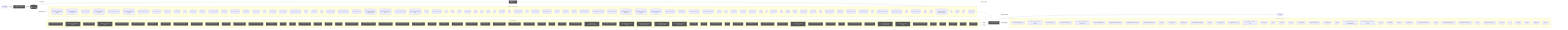
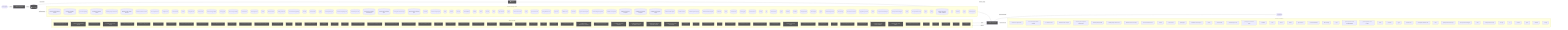
flowchart LR
  UserQ(["👤 User Query"])
  Embed["📐 Embedding Model"]
  VecDB[("📚 Vector Store")]
  Retriever["🔍 Retriever"]
  LLMNode["🧠 LLM / Generator"]
  Output(["✅ Response"])
  UserQ -->|query| Embed
  Embed -->|vector| VecDB
  VecDB -->|top-k chunks| Retriever
  Retriever -->|context + query| LLMNode
  LLMNode -->|generated answer| Output
  subgraph DetectedMemory["Detected memory stores"]
    det_detectedmemory_check_steering_feedback_contract_80134459[("check-steering-feedback-contract")]
    det_detectedmemory_normalize_workflow_contracts_8701f1c8[("normalize-workflow-contracts")]
    det_detectedmemory_sync_codex_preflight_7e7a8dc2[("sync-codex-preflight")]
    det_detectedmemory_test_harness_upgrade_matrix_84113c4e[("test-harness-upgrade-matrix")]
    det_detectedmemory_validate_prompt_context_drift_8c949ef6[("validate-prompt-context-drift")]
    det_detectedmemory_validate_runtime_packet_schemas_bc3ba8ec[("validate-runtime-packet-schemas")]
    det_detectedmemory_validate_workflow_contracts_33dc063c[("validate-workflow-contracts")]
    det_detectedmemory_branch_protect_core_a8feb0fd[("branch-protect-core")]
    det_detectedmemory_ci_migrate_core_7005b5af[("ci-migrate-core")]
    det_detectedmemory_context_health_80bb7da9[("context-health")]
    det_detectedmemory_context_ea7792a2[("context")]
    det_detectedmemory_docs_gate_core_eb9b6c18[("docs-gate-core")]
    det_detectedmemory_index_context_de3ed39d[("index-context")]
    det_detectedmemory_local_memory_preflight_dcc36c42[("local-memory-preflight")]
    det_detectedmemory_memory_gate_a577a506[("memory-gate")]
    det_detectedmemory_pattern_scope_siblings_43abe000[("pattern-scope-siblings")]
    det_detectedmemory_review_context_ca6cf81d[("review-context")]
    det_detectedmemory_review_gate_core_4c8001f9[("review-gate-core")]
    det_detectedmemory_search_24193290[("search")]
    det_detectedmemory_session_context_e5ec72c0[("session-context")]
    det_detectedmemory_tooling_audit_core_328d6a41[("tooling-audit-core")]
    det_detectedmemory_run_local_memory_preflight_36e92808[("run-local-memory-preflight")]
    det_detectedmemory_checker_d2d2328e[("checker")]
    det_detectedmemory_context_health_1_ceb11829[("context-health")]
    det_detectedmemory_types_2_d9bc6e7a[("types")]
    det_detectedmemory_branch_protect_sync_570adb18[("branch-protect-sync")]
    det_detectedmemory_command_capability_rules_ca3f496a[("command-capability-rules")]
    det_detectedmemory_command_specs_core_1c0ffc99[("command-specs-core")]
    det_detectedmemory_local_memory_preflight_command_spec_9e23f3ce[("local-memory-preflight-command-spec")]
    det_detectedmemory_memory_gate_command_spec_dc9001a9[("memory-gate-command-spec")]
    det_detectedmemory_review_gate_command_spec_3187376a[("review-gate-command-spec")]
    det_detectedmemory_session_context_command_spec_973afbb1[("session-context-command-spec")]
    det_detectedmemory_constants_7517017f[("constants")]
    det_detectedmemory_context_compact_policy_3dcaf95d[("context-compact-policy")]
    det_detectedmemory_index_2_10143590[("index")]
    det_detectedmemory_indexer_70fa78e5[("indexer")]
    det_detectedmemory_init_error_5c7dd49f[("init-error")]
    det_detectedmemory_lexical_fallback_723e2b3e[("lexical-fallback")]
    det_detectedmemory_ollama_76e3c7bf[("ollama")]
    det_detectedmemory_rollout_a4fa034c[("rollout")]
    det_detectedmemory_sources_878a52fc[("sources")]
    det_detectedmemory_store_824d80d7[("store")]
    det_detectedmemory_sync_contract_c79fa191[("sync-contract")]
    det_detectedmemory_types_7_2f1ed65e[("types")]
    det_detectedmemory_harness_run_context_ac7c77a9[("harness-run-context")]
    det_detectedmemory_index_3_7e40d474[("index")]
    det_detectedmemory_json_schema_core_96d7e328[("json-schema-core")]
    det_detectedmemory_policy_validators_core_714a3fe7[("policy-validators-core")]
    det_detectedmemory_types_core_e405ddca[("types-core")]
    det_detectedmemory_validator_core_4358f8ba[("validator-core")]
    det_detectedmemory_init_modes_c05ceb07[("init-modes")]
    det_detectedmemory_project_brain_templates_7ef51530[("project-brain-templates")]
    det_detectedmemory_scaffold_diagram_templates_dd88e83c[("scaffold-diagram-templates")]
    det_detectedmemory_scaffold_doc_templates_f6152330[("scaffold-doc-templates")]
    det_detectedmemory_scaffold_environment_templates_c1ceba6a[("scaffold-environment-templates")]
    det_detectedmemory_scaffold_root_command_templates_404fed7f[("scaffold-root-command-templates")]
    det_detectedmemory_scaffold_script_template_registry_69312d4e[("scaffold-script-template-registry")]
    det_detectedmemory_scaffold_shell_templates_0ad0f915[("scaffold-shell-templates")]
    det_detectedmemory_scaffold_surfaces_12d6494e[("scaffold-surfaces")]
    det_detectedmemory_scaffold_template_registry_b1cce2aa[("scaffold-template-registry")]
    det_detectedmemory_scaffold_workflow_template_92310587[("scaffold-workflow-template")]
    det_detectedmemory_eval_seed_5699fd3e[("eval-seed")]
    det_detectedmemory_index_9_32dd4d91[("index")]
    det_detectedmemory_review_context_1_e3afed15[("review-context")]
    det_detectedmemory_memory_gate_1_265164ac[("memory-gate")]
    det_detectedmemory_branch_enforcer_acb749cd[("branch-enforcer")]
    det_detectedmemory_cli_args_5_09ea29f0[("cli-args")]
    det_detectedmemory_cli_6_eac72be2[("cli")]
    det_detectedmemory_metrics_tracker_98cec29c[("metrics-tracker")]
    det_detectedmemory_types_18_37582e2a[("types")]
    det_detectedmemory_validator_4_5180cf23[("validator")]
    det_detectedmemory_classifier_fe1991a9[("classifier")]
    det_detectedmemory_tooling_baseline_50ab2eeb[("tooling-baseline")]
    det_detectedmemory_claim_helpers_20dc8387[("claim-helpers")]
    det_detectedmemory_types_23_4352ee2e[("types")]
    det_detectedmemory_local_memory_smoke_1175abfc[("local-memory-smoke")]
    det_detectedmemory_local_memory_0db17ecc[("local-memory")]
    det_detectedmemory_performance_overload_c685bfcf[("performance-overload")]
    det_detectedmemory_suggestion_generator_0956f794[("suggestion-generator")]
    det_detectedmemory_index_11_ffcd5842[("index")]
    det_detectedmemory_prompt_context_drift_report_3257a95c[("prompt-context-drift-report")]
    det_detectedmemory_prompt_context_drift_types_ba6863d4[("prompt-context-drift-types")]
    det_detectedmemory_index_12_762ec91b[("index")]
    det_detectedmemory_prompt_context_receipt_17b862b2[("prompt-context-receipt")]
    det_detectedmemory_types_30_424b976c[("types")]
    det_detectedmemory_policy_1_fc4198db[("policy")]
    det_detectedmemory_runtime_card_codex_runtime_validation_d8ce9934[("runtime-card-codex-runtime-validation")]
    det_detectedmemory_cli_11_338a8415[("cli")]
    det_detectedmemory_collector_0736fd5b[("collector")]
    det_detectedmemory_types_33_16e22a82[("types")]
    det_detectedmemory_overload_guard_2748c559[("overload-guard")]
  end
  VecDB -. "implemented by" .-> DetectedMemory
  subgraph DetectedLLM["Detected LLM clients"]
    det_detectedllm_check_codex_agent_roles_5bb2e89b["check-codex-agent-roles"]
    det_detectedllm_check_steering_feedback_contract_80134459["check-steering-feedback-contract"]
    det_detectedllm_run_harness_evals_77704768["run-harness-evals"]
    det_detectedllm_validate_decision_request_2e5c325e["validate-decision-request"]
    det_detectedllm_validate_goal_completion_audit_receipt_100d252c["validate-goal-completion-audit-receipt"]
    det_detectedllm_validate_packaged_skill_5e32c890["validate-packaged-skill"]
    det_detectedllm_validate_prompt_context_drift_8c949ef6["validate-prompt-context-drift"]
    det_detectedllm_validate_reviewer_coverage_251efee3["validate-reviewer-coverage"]
    det_detectedllm_check_environment_core_2c16213f["check-environment-core"]
    det_detectedllm_context_ea7792a2["context"]
    det_detectedllm_index_context_de3ed39d["index-context"]
    det_detectedllm_prompt_gate_c5e9d207["prompt-gate"]
    det_detectedllm_remediate_runner_helpers_929fedcc["remediate-runner-helpers"]
    det_detectedllm_search_24193290["search"]
    det_detectedllm_context_health_1_ceb11829["context-health"]
    det_detectedllm_command_specs_core_1c0ffc99["command-specs-core"]
    det_detectedllm_prompt_gate_command_spec_9a941482["prompt-gate-command-spec"]
    det_detectedllm_constants_7517017f["constants"]
    det_detectedllm_index_2_10143590["index"]
    det_detectedllm_indexer_70fa78e5["indexer"]
    det_detectedllm_ollama_76e3c7bf["ollama"]
    det_detectedllm_sync_contract_c79fa191["sync-contract"]
    det_detectedllm_north_star_validators_cfc926ce["north-star-validators"]
    det_detectedllm_hilt_boundary_9b36fb15["hilt-boundary"]
    det_detectedllm_types_9_1db4641f["types"]
    det_detectedllm_goal_completion_audit_receipt_validation_9d0f4891["goal-completion-audit-receipt-validation"]
    det_detectedllm_goal_completion_audit_receipt_5e4939c3["goal-completion-audit-receipt"]
    det_detectedllm_index_4_013aa0e3["index"]
    det_detectedllm_constants_1_a84e15f0["constants"]
    det_detectedllm_types_16_0fae1112["types"]
    det_detectedllm_sensitive_text_7c11f760["sensitive-text"]
    det_detectedllm_pr_template_validator_rules_20a32d6b["pr-template-validator-rules"]
    det_detectedllm_index_11_ffcd5842["index"]
    det_detectedllm_prompt_context_drift_report_3257a95c["prompt-context-drift-report"]
    det_detectedllm_prompt_context_drift_types_ba6863d4["prompt-context-drift-types"]
    det_detectedllm_index_12_762ec91b["index"]
    det_detectedllm_prompt_context_receipt_17b862b2["prompt-context-receipt"]
    det_detectedllm_cli_args_9_9c136878["cli-args"]
    det_detectedllm_cli_10_35dc8cbd["cli"]
    det_detectedllm_sections_4697ef32["sections"]
    det_detectedllm_types_26_a5814179["types"]
    det_detectedllm_validator_6_3688adbf["validator"]
    det_detectedllm_cli_args_10_861cdd3f["cli-args"]
  end
  LLMNode -. "implemented by" .-> DetectedLLM
  subgraph DetectedTools["Agentic tool calls"]
    det_detectedtools_check_codex_agent_roles_5bb2e89b["🔧 check-codex-agent-roles"]
    det_detectedtools_check_steering_feedback_contract_80134459["🔧 check-steering-feedback-contract"]
    det_detectedtools_run_harness_evals_77704768["🔧 run-harness-evals"]
    det_detectedtools_validate_action_review_receipt_fa2f06c3["🔧 validate-action-review-receipt"]
    det_detectedtools_validate_packaged_skill_5e32c890["🔧 validate-packaged-skill"]
    det_detectedtools_validate_replay_packet_f309747e["🔧 validate-replay-packet"]
    det_detectedtools_ci_migrate_core_7005b5af["🔧 ci-migrate-core"]
    det_detectedtools_doctor_checks_5a2eb2b9["🔧 doctor-checks"]
    det_detectedtools_doctor_github_tool_checks_a53b0382["🔧 doctor-github-tool-checks"]
    det_detectedtools_doctor_tool_checks_4acac51a["🔧 doctor-tool-checks"]
    det_detectedtools_next_blocked_decisions_4140ad2b["🔧 next-blocked-decisions"]
    det_detectedtools_policy_gate_213f7313["🔧 policy-gate"]
    det_detectedtools_remediate_cli_output_cc165396["🔧 remediate-cli-output"]
    det_detectedtools_remediate_runner_helpers_929fedcc["🔧 remediate-runner-helpers"]
    det_detectedtools_review_gate_core_4c8001f9["🔧 review-gate-core"]
    det_detectedtools_index_1bc04b52["🔧 index"]
    det_detectedtools_types_1_4ecdf56e["🔧 types"]
    det_detectedtools_validation_constants_e002a0f6["🔧 validation-constants"]
    det_detectedtools_validation_98c41dcd["🔧 validation"]
    det_detectedtools_checker_d2d2328e["🔧 checker"]
    det_detectedtools_cli_args_1_6144b055["🔧 cli-args"]
    det_detectedtools_command_capabilities_a4d5c71e["🔧 command-capabilities"]
    det_detectedtools_command_capability_rules_ca3f496a["🔧 command-capability-rules"]
    det_detectedtools_linear_command_actions_e430f4f4["🔧 linear-command-actions"]
    det_detectedtools_linear_command_runner_4a740dfc["🔧 linear-command-runner"]
    det_detectedtools_policy_validators_core_714a3fe7["🔧 policy-validators-core"]
    det_detectedtools_types_core_e405ddca["🔧 types-core"]
    det_detectedtools_validator_core_4358f8ba["🔧 validator-core"]
    det_detectedtools_validator_helpers_7b927667["🔧 validator-helpers"]
    det_detectedtools_he_phase_exit_core_1148895b["🔧 he-phase-exit-core"]
    det_detectedtools_ralph_runtime_73d63c0e["🔧 ralph-runtime"]
    det_detectedtools_observed_skill_usage_ed7d5930["🔧 observed-skill-usage"]
-     det_detectedtools_feedback_loop_audit_1_c7be4304["🔧 feedback-loop-audit"]
    det_detectedtools_closure_evidence_aaa31467["🔧 closure-evidence"]
    det_detectedtools_pr_creator_dc6b1ea4["🔧 pr-creator"]
    det_detectedtools_client_948fe603["🔧 client"]
    det_detectedtools_init_output_360dce91["🔧 init-output"]
    det_detectedtools_scaffold_ci_templates_2afd6392["🔧 scaffold-ci-templates"]
    det_detectedtools_scaffold_codex_environment_templates_334fbbed["🔧 scaffold-codex-environment-templates"]
    det_detectedtools_scaffold_config_templates_4b80ce53["🔧 scaffold-config-templates"]
    det_detectedtools_scaffold_environment_templates_c1ceba6a["🔧 scaffold-environment-templates"]
    det_detectedtools_scaffold_github_actions_pr_pipeline_renderer_1ee18de5["🔧 scaffold-github-actions-pr-pipeline-renderer"]
    det_detectedtools_scaffold_github_actions_pr_pipeline_template_e2b85f62["🔧 scaffold-github-actions-pr-pipeline-template"]
    det_detectedtools_scaffold_release_private_npm_template_075499f8["🔧 scaffold-release-private-npm-template"]
    det_detectedtools_constants_1_a84e15f0["🔧 constants"]
    det_detectedtools_index_8_6f0f20ec["🔧 index"]
    det_detectedtools_validation_common_6161e48b["🔧 validation-common"]
    det_detectedtools_cli_6_eac72be2["🔧 cli"]
    det_detectedtools_metrics_tracker_98cec29c["🔧 metrics-tracker"]
    det_detectedtools_normalise_renderer_85f2e563["🔧 normalise-renderer"]
    det_detectedtools_evaluation_engine_core_e054fe49["🔧 evaluation-engine-core"]
    det_detectedtools_tooling_baseline_50ab2eeb["🔧 tooling-baseline"]
    det_detectedtools_prompt_context_drift_report_3257a95c["🔧 prompt-context-drift-report"]
    det_detectedtools_prompt_context_drift_types_ba6863d4["🔧 prompt-context-drift-types"]
    det_detectedtools_replay_packet_a1293f88["🔧 replay-packet"]
    det_detectedtools_index_13_97df39c8["🔧 index"]
    det_detectedtools_review_lifecycle_contract_e5447221["🔧 review-lifecycle-contract"]
    det_detectedtools_review_lifecycle_89afa64c["🔧 review-lifecycle"]
    det_detectedtools_runtime_card_codex_runtime_validation_d8ce9934["🔧 runtime-card-codex-runtime-validation"]
    det_detectedtools_runtime_card_codex_runtime_0655e230["🔧 runtime-card-codex-runtime"]
    det_detectedtools_runtime_evidence_bundle_d471a232["🔧 runtime-evidence-bundle"]
    det_detectedtools_types_35_93e66c64["🔧 types"]
    det_detectedtools_index_16_373c8a49["🔧 index"]
    det_detectedtools_projection_1b250ea1["🔧 projection"]
    det_detectedtools_types_37_32ccf9f9["🔧 types"]
    det_detectedtools_validation_7_c4e6d8b6["🔧 validation"]
  end
  LLMNode -->|tool use| DetectedTools
  DetectedTools -->|result| LLMNode
  classDef memNode fill:#555,color:#fff
  class VecDB,Retriever memNode
  classDef llmNode fill:#555,color:#fff
  class LLMNode,Embed llmNode
  classDef toolNode fill:#555,color:#fff
-   class det_detectedtools_check_codex_agent_roles_5bb2e89b,det_detectedtools_check_steering_feedback_contract_80134459,det_detectedtools_run_harness_evals_77704768,det_detectedtools_validate_action_review_receipt_fa2f06c3,det_detectedtools_validate_packaged_skill_5e32c890,det_detectedtools_validate_replay_packet_f309747e,det_detectedtools_ci_migrate_core_7005b5af,det_detectedtools_doctor_checks_5a2eb2b9,det_detectedtools_doctor_github_tool_checks_a53b0382,det_detectedtools_doctor_tool_checks_4acac51a,det_detectedtools_next_blocked_decisions_4140ad2b,det_detectedtools_policy_gate_213f7313,det_detectedtools_remediate_cli_output_cc165396,det_detectedtools_remediate_runner_helpers_929fedcc,det_detectedtools_review_gate_core_4c8001f9,det_detectedtools_index_1bc04b52,det_detectedtools_types_1_4ecdf56e,det_detectedtools_validation_constants_e002a0f6,det_detectedtools_validation_98c41dcd,det_detectedtools_checker_d2d2328e,det_detectedtools_cli_args_1_6144b055,det_detectedtools_command_capabilities_a4d5c71e,det_detectedtools_command_capability_rules_ca3f496a,det_detectedtools_linear_command_actions_e430f4f4,det_detectedtools_linear_command_runner_4a740dfc,det_detectedtools_policy_validators_core_714a3fe7,det_detectedtools_types_core_e405ddca,det_detectedtools_validator_core_4358f8ba,det_detectedtools_validator_helpers_7b927667,det_detectedtools_he_phase_exit_core_1148895b,det_detectedtools_ralph_runtime_73d63c0e,det_detectedtools_observed_skill_usage_ed7d5930,det_detectedtools_feedback_loop_audit_1_c7be4304,det_detectedtools_closure_evidence_aaa31467,det_detectedtools_pr_creator_dc6b1ea4,det_detectedtools_client_948fe603,det_detectedtools_init_output_360dce91,det_detectedtools_scaffold_ci_templates_2afd6392,det_detectedtools_scaffold_codex_environment_templates_334fbbed,det_detectedtools_scaffold_config_templates_4b80ce53,det_detectedtools_scaffold_environment_templates_c1ceba6a,det_detectedtools_scaffold_github_actions_pr_pipeline_renderer_1ee18de5,det_detectedtools_scaffold_github_actions_pr_pipeline_template_e2b85f62,det_detectedtools_scaffold_release_private_npm_template_075499f8,det_detectedtools_constants_1_a84e15f0,det_detectedtools_index_8_6f0f20ec,det_detectedtools_validation_common_6161e48b,det_detectedtools_cli_6_eac72be2,det_detectedtools_metrics_tracker_98cec29c,det_detectedtools_normalise_renderer_85f2e563,det_detectedtools_evaluation_engine_core_e054fe49,det_detectedtools_tooling_baseline_50ab2eeb,det_detectedtools_prompt_context_drift_report_3257a95c,det_detectedtools_prompt_context_drift_types_ba6863d4,det_detectedtools_replay_packet_a1293f88,det_detectedtools_index_13_97df39c8,det_detectedtools_review_lifecycle_contract_e5447221,det_detectedtools_review_lifecycle_89afa64c,det_detectedtools_runtime_card_codex_runtime_validation_d8ce9934,det_detectedtools_runtime_card_codex_runtime_0655e230,det_detectedtools_runtime_evidence_bundle_d471a232,det_detectedtools_types_35_93e66c64,det_detectedtools_index_16_373c8a49,det_detectedtools_projection_1b250ea1,det_detectedtools_types_37_32ccf9f9,det_detectedtools_validation_7_c4e6d8b6 toolNode
+   class det_detectedtools_check_codex_agent_roles_5bb2e89b,det_detectedtools_check_steering_feedback_contract_80134459,det_detectedtools_run_harness_evals_77704768,det_detectedtools_validate_action_review_receipt_fa2f06c3,det_detectedtools_validate_packaged_skill_5e32c890,det_detectedtools_validate_replay_packet_f309747e,det_detectedtools_ci_migrate_core_7005b5af,det_detectedtools_doctor_checks_5a2eb2b9,det_detectedtools_doctor_github_tool_checks_a53b0382,det_detectedtools_doctor_tool_checks_4acac51a,det_detectedtools_next_blocked_decisions_4140ad2b,det_detectedtools_policy_gate_213f7313,det_detectedtools_remediate_cli_output_cc165396,det_detectedtools_remediate_runner_helpers_929fedcc,det_detectedtools_review_gate_core_4c8001f9,det_detectedtools_index_1bc04b52,det_detectedtools_types_1_4ecdf56e,det_detectedtools_validation_constants_e002a0f6,det_detectedtools_validation_98c41dcd,det_detectedtools_checker_d2d2328e,det_detectedtools_cli_args_1_6144b055,det_detectedtools_command_capabilities_a4d5c71e,det_detectedtools_command_capability_rules_ca3f496a,det_detectedtools_linear_command_actions_e430f4f4,det_detectedtools_linear_command_runner_4a740dfc,det_detectedtools_policy_validators_core_714a3fe7,det_detectedtools_types_core_e405ddca,det_detectedtools_validator_core_4358f8ba,det_detectedtools_validator_helpers_7b927667,det_detectedtools_he_phase_exit_core_1148895b,det_detectedtools_ralph_runtime_73d63c0e,det_detectedtools_observed_skill_usage_ed7d5930,det_detectedtools_closure_evidence_aaa31467,det_detectedtools_pr_creator_dc6b1ea4,det_detectedtools_client_948fe603,det_detectedtools_init_output_360dce91,det_detectedtools_scaffold_ci_templates_2afd6392,det_detectedtools_scaffold_codex_environment_templates_334fbbed,det_detectedtools_scaffold_config_templates_4b80ce53,det_detectedtools_scaffold_environment_templates_c1ceba6a,det_detectedtools_scaffold_github_actions_pr_pipeline_renderer_1ee18de5,det_detectedtools_scaffold_github_actions_pr_pipeline_template_e2b85f62,det_detectedtools_scaffold_release_private_npm_template_075499f8,det_detectedtools_constants_1_a84e15f0,det_detectedtools_index_8_6f0f20ec,det_detectedtools_validation_common_6161e48b,det_detectedtools_cli_6_eac72be2,det_detectedtools_metrics_tracker_98cec29c,det_detectedtools_normalise_renderer_85f2e563,det_detectedtools_evaluation_engine_core_e054fe49,det_detectedtools_tooling_baseline_50ab2eeb,det_detectedtools_prompt_context_drift_report_3257a95c,det_detectedtools_prompt_context_drift_types_ba6863d4,det_detectedtools_replay_packet_a1293f88,det_detectedtools_index_13_97df39c8,det_detectedtools_review_lifecycle_contract_e5447221,det_detectedtools_review_lifecycle_89afa64c,det_detectedtools_runtime_card_codex_runtime_validation_d8ce9934,det_detectedtools_runtime_card_codex_runtime_0655e230,det_detectedtools_runtime_evidence_bundle_d471a232,det_detectedtools_types_35_93e66c64,det_detectedtools_index_16_373c8a49,det_detectedtools_projection_1b250ea1,det_detectedtools_types_37_32ccf9f9,det_detectedtools_validation_7_c4e6d8b6 toolNode
